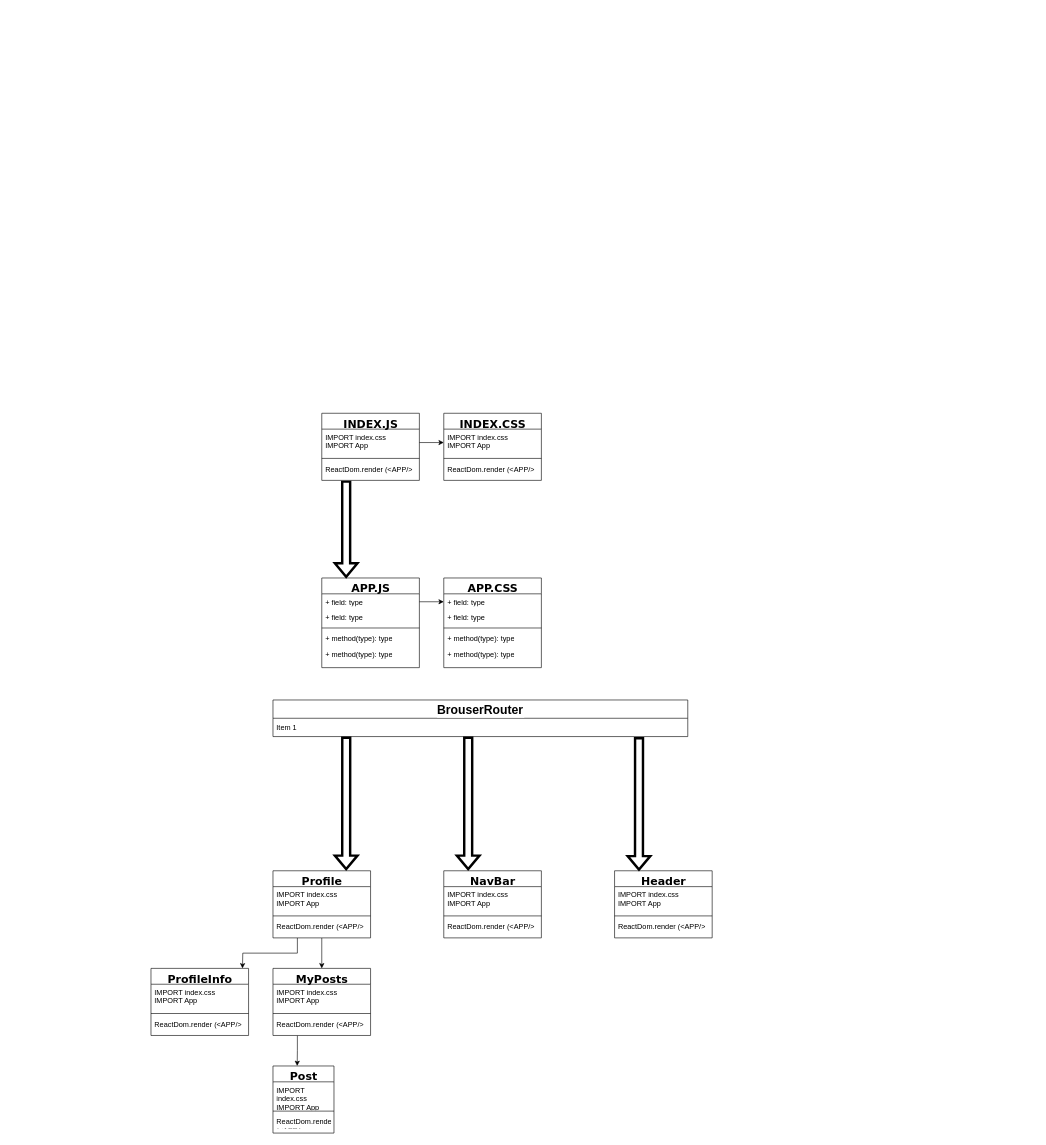
89224747505/diagrams keeps this draw.io diagram as Social network.drawio. Above is the earlier version. Source tidied: cells renumbered, new cells numbered last; positions are measured from the earlier drawing's top-left corner, leaving out a move shared by most shapes. Both pictures are drawn from the tidied source at 61%, with x=0, y=0 at pixel (151, 413).
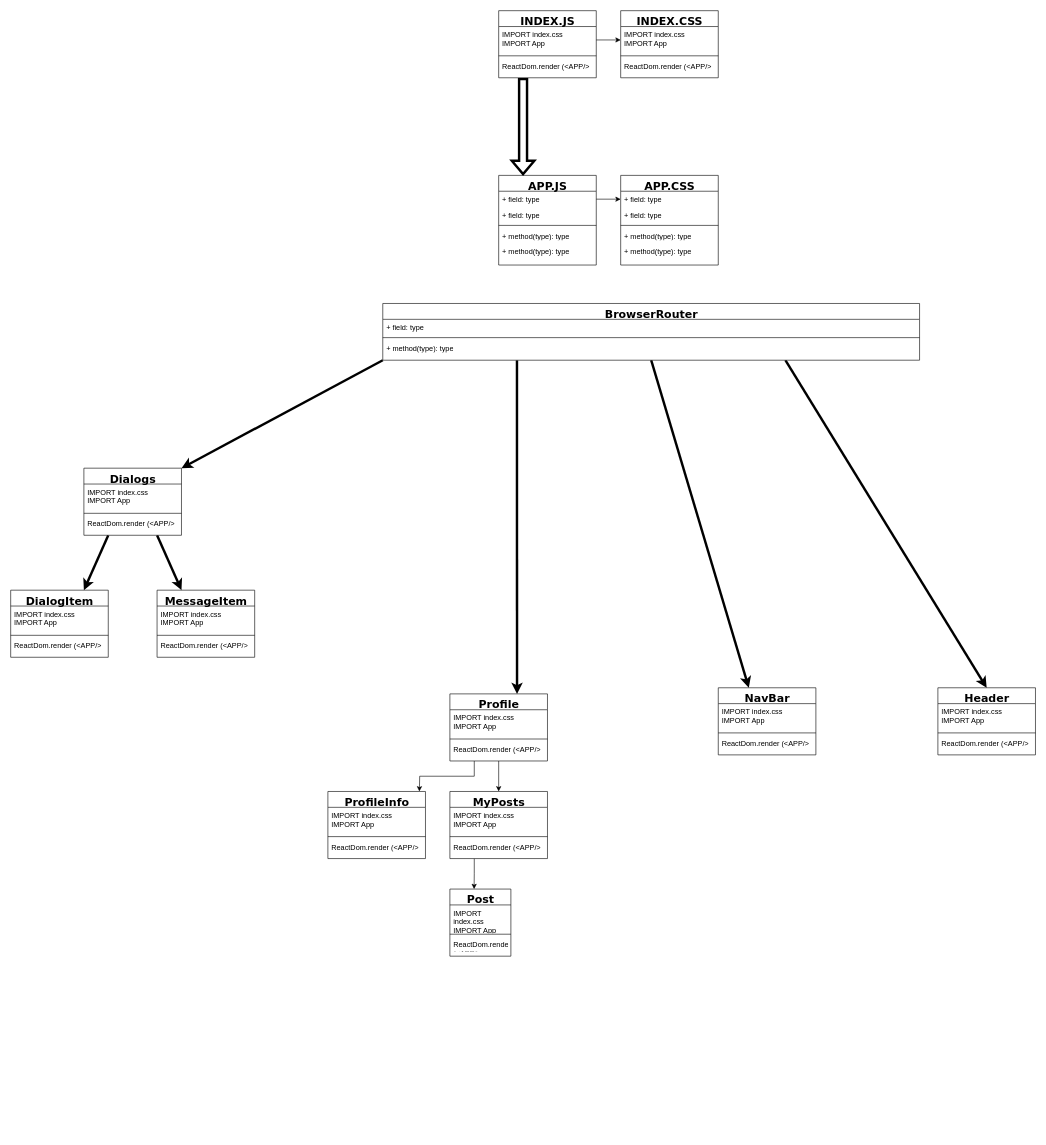
The same diagram, later.

The edit, as a diff of the source:
```diff
@@
     <mxCell id="2" value="APP.JS" style="swimlane;html=1;fontStyle=1;align=center;verticalAlign=top;horizontal=1;startSize=26;swimlaneFillColor=#ffffff;rounded=0;shadow=0;comic=0;labelBackgroundColor=none;strokeWidth=1;fillColor=none;fontFamily=Verdana;fontSize=18;" parent="1" vertex="1">
-      <mxGeometry x="280" y="270" width="160" height="147" as="geometry" />
+      <mxGeometry x="570" y="-390" width="160" height="147" as="geometry" />
     </mxCell>
@@
     <mxCell id="9" value="&lt;font style=&quot;font-size: 18px&quot;&gt;INDEX.JS&lt;/font&gt;" style="swimlane;html=1;fontStyle=1;align=center;verticalAlign=top;horizontal=1;startSize=26;swimlaneFillColor=#ffffff;rounded=0;shadow=0;comic=0;labelBackgroundColor=none;strokeWidth=1;fillColor=none;fontFamily=Verdana;fontSize=12;" parent="1" vertex="1">
-      <mxGeometry x="280" width="160" height="110" as="geometry" />
+      <mxGeometry x="570" y="-660" width="160" height="110" as="geometry" />
     </mxCell>
@@
     <mxCell id="13" value="&lt;font style=&quot;font-size: 18px&quot;&gt;APP.CSS&lt;/font&gt;" style="swimlane;html=1;fontStyle=1;align=center;verticalAlign=top;horizontal=1;startSize=26;swimlaneFillColor=#ffffff;rounded=0;shadow=0;comic=0;labelBackgroundColor=none;strokeWidth=1;fillColor=none;fontFamily=Verdana;fontSize=12;" parent="1" vertex="1">
-      <mxGeometry x="480" y="270" width="160" height="147" as="geometry" />
+      <mxGeometry x="770" y="-390" width="160" height="147" as="geometry" />
     </mxCell>
@@
     <mxCell id="20" value="&lt;font style=&quot;font-size: 18px&quot;&gt;INDEX.CSS&lt;/font&gt;" style="swimlane;html=1;fontStyle=1;align=center;verticalAlign=top;horizontal=1;startSize=26;swimlaneFillColor=#ffffff;rounded=0;shadow=0;comic=0;labelBackgroundColor=none;strokeWidth=1;fillColor=none;fontFamily=Verdana;fontSize=12;" parent="1" vertex="1">
-      <mxGeometry x="480" width="160" height="110" as="geometry" />
+      <mxGeometry x="770" y="-660" width="160" height="110" as="geometry" />
     </mxCell>
@@
-    <mxCell id="25" value="BrouserRouter" style="swimlane;fontStyle=1;horizontal=1;startSize=30;fontSize=20;labelBackgroundColor=default;" parent="1" vertex="1">
-      <mxGeometry x="200" y="470" width="680" height="60" as="geometry" />
-    </mxCell>
-    <mxCell id="26" value="Item 1" style="text;strokeColor=none;fillColor=none;align=left;verticalAlign=middle;spacingLeft=4;spacingRight=4;overflow=hidden;labelBackgroundColor=default;" parent="25" vertex="1">
-      <mxGeometry y="30" width="680" height="30" as="geometry" />
-    </mxCell>
@@
     <mxCell id="28" style="edgeStyle=orthogonalEdgeStyle;rounded=0;jettySize=auto;html=1;exitX=0.25;exitY=1;exitDx=0;exitDy=0;fontSize=18;" parent="1" edge="1" source="29">
       <mxGeometry relative="1" as="geometry">
-        <mxPoint x="150" y="910" as="targetPoint" />
+        <mxPoint x="440" y="620" as="targetPoint" />
       </mxGeometry>
     </mxCell>
     <mxCell id="29" value="&lt;span style=&quot;font-size: 18px&quot;&gt;Profile&lt;/span&gt;" style="swimlane;html=1;fontStyle=1;align=center;verticalAlign=top;horizontal=1;startSize=26;swimlaneFillColor=#ffffff;rounded=0;shadow=0;comic=0;labelBackgroundColor=none;strokeWidth=1;fillColor=none;fontFamily=Verdana;fontSize=12;" parent="1" vertex="1">
-      <mxGeometry x="200" y="750" width="160" height="110" as="geometry" />
+      <mxGeometry x="490" y="460" width="160" height="110" as="geometry" />
     </mxCell>
@@
     <mxCell id="33" value="&lt;font style=&quot;font-size: 18px&quot;&gt;NavBar&lt;/font&gt;" style="swimlane;html=1;fontStyle=1;align=center;verticalAlign=top;horizontal=1;startSize=26;swimlaneFillColor=#ffffff;rounded=0;shadow=0;comic=0;labelBackgroundColor=none;strokeWidth=1;fillColor=none;fontFamily=Verdana;fontSize=12;" parent="1" vertex="1">
-      <mxGeometry x="480" y="750" width="160" height="110" as="geometry" />
+      <mxGeometry x="930" y="450" width="160" height="110" as="geometry" />
     </mxCell>
@@
     <mxCell id="37" value="&lt;font style=&quot;font-size: 18px&quot;&gt;Header&lt;/font&gt;" style="swimlane;html=1;fontStyle=1;align=center;verticalAlign=top;horizontal=1;startSize=26;swimlaneFillColor=#ffffff;rounded=0;shadow=0;comic=0;labelBackgroundColor=none;strokeWidth=1;fillColor=none;fontFamily=Verdana;fontSize=12;" parent="1" vertex="1">
-      <mxGeometry x="760" y="750" width="160" height="110" as="geometry" />
+      <mxGeometry x="1290" y="450" width="160" height="110" as="geometry" />
     </mxCell>
@@
     <mxCell id="41" value="&lt;span style=&quot;font-size: 18px&quot;&gt;ProfileInfo&lt;/span&gt;" style="swimlane;html=1;fontStyle=1;align=center;verticalAlign=top;horizontal=1;startSize=26;swimlaneFillColor=#ffffff;rounded=0;shadow=0;comic=0;labelBackgroundColor=none;strokeWidth=1;fillColor=none;fontFamily=Verdana;fontSize=12;" parent="1" vertex="1">
-      <mxGeometry y="910" width="160" height="110" as="geometry" />
+      <mxGeometry x="290" y="620" width="160" height="110" as="geometry" />
     </mxCell>
@@
     <mxCell id="46" value="&lt;span style=&quot;font-size: 18px&quot;&gt;MyPosts&lt;/span&gt;" style="swimlane;html=1;fontStyle=1;align=center;verticalAlign=top;horizontal=1;startSize=26;swimlaneFillColor=#ffffff;rounded=0;shadow=0;comic=0;labelBackgroundColor=none;strokeWidth=1;fillColor=none;fontFamily=Verdana;fontSize=12;" parent="1" vertex="1">
-      <mxGeometry x="200" y="910" width="160" height="110" as="geometry" />
+      <mxGeometry x="490" y="620" width="160" height="110" as="geometry" />
     </mxCell>
@@
     <mxCell id="50" value="&lt;font style=&quot;font-size: 18px&quot;&gt;Post&lt;/font&gt;" style="swimlane;html=1;fontStyle=1;align=center;verticalAlign=top;horizontal=1;startSize=26;swimlaneFillColor=#ffffff;rounded=0;shadow=0;comic=0;labelBackgroundColor=none;strokeWidth=1;fillColor=none;fontFamily=Verdana;fontSize=12;" parent="1" vertex="1">
-      <mxGeometry x="200" y="1070" width="100" height="110" as="geometry" />
+      <mxGeometry x="490" y="780" width="100" height="110" as="geometry" />
     </mxCell>
@@
-    <mxCell id="54" style="edgeStyle=none;rounded=0;orthogonalLoop=1;jettySize=auto;html=1;exitX=0.25;exitY=1;exitDx=0;exitDy=0;entryX=0.812;entryY=-0.007;entryDx=0;entryDy=0;entryPerimeter=0;fontSize=18;shape=flexArrow;strokeWidth=4;" parent="1" edge="1">
-      <mxGeometry relative="1" as="geometry">
-        <mxPoint x="520.1" y="530" as="sourcePoint" />
-        <mxPoint x="520" y="749.2" as="targetPoint" />
-      </mxGeometry>
-    </mxCell>
-    <mxCell id="55" style="edgeStyle=none;rounded=0;orthogonalLoop=1;jettySize=auto;html=1;exitX=0.25;exitY=1;exitDx=0;exitDy=0;entryX=0.812;entryY=-0.007;entryDx=0;entryDy=0;entryPerimeter=0;fontSize=18;shape=flexArrow;strokeWidth=4;" parent="1" edge="1">
-      <mxGeometry relative="1" as="geometry">
-        <mxPoint x="800.1" y="530.8" as="sourcePoint" />
-        <mxPoint x="800" y="750" as="targetPoint" />
-      </mxGeometry>
-    </mxCell>
-    <mxCell id="56" style="edgeStyle=none;rounded=0;orthogonalLoop=1;jettySize=auto;html=1;exitX=0.25;exitY=1;exitDx=0;exitDy=0;entryX=0.812;entryY=-0.007;entryDx=0;entryDy=0;entryPerimeter=0;fontSize=18;shape=flexArrow;strokeWidth=4;" parent="1" edge="1">
-      <mxGeometry relative="1" as="geometry">
-        <mxPoint x="320.1" y="530" as="sourcePoint" />
-        <mxPoint x="320" y="749.2" as="targetPoint" />
-      </mxGeometry>
-    </mxCell>
+    <mxCell id="57" style="edgeStyle=none;rounded=0;jettySize=auto;html=1;exitX=0.25;exitY=1;exitDx=0;exitDy=0;entryX=0.75;entryY=0;entryDx=0;entryDy=0;fontSize=18;strokeWidth=4;" parent="1" edge="1" source="59" target="76">
+      <mxGeometry relative="1" as="geometry" />
+    </mxCell>
+    <mxCell id="58" style="edgeStyle=none;rounded=0;jettySize=auto;html=1;exitX=0.75;exitY=1;exitDx=0;exitDy=0;entryX=0.25;entryY=0;entryDx=0;entryDy=0;fontSize=18;strokeWidth=4;" parent="1" edge="1" source="59" target="72">
+      <mxGeometry relative="1" as="geometry" />
+    </mxCell>
+    <mxCell id="59" value="&lt;span style=&quot;font-size: 18px&quot;&gt;Dialogs&lt;/span&gt;" style="swimlane;html=1;fontStyle=1;align=center;verticalAlign=top;horizontal=1;startSize=26;swimlaneFillColor=#ffffff;rounded=0;shadow=0;comic=0;labelBackgroundColor=none;strokeWidth=1;fillColor=none;fontFamily=Verdana;fontSize=12;" parent="1" vertex="1">
+      <mxGeometry x="-110" y="90" width="160" height="110" as="geometry" />
+    </mxCell>
+    <mxCell id="60" value="IMPORT index.css&lt;br&gt;IMPORT App" style="text;html=1;strokeColor=none;fillColor=none;align=left;verticalAlign=top;spacingLeft=4;spacingRight=4;whiteSpace=wrap;overflow=hidden;" parent="59" vertex="1">
+      <mxGeometry y="26" width="160" height="44" as="geometry" />
+    </mxCell>
+    <mxCell id="61" style="line;html=1;strokeWidth=1;fillColor=none;align=left;verticalAlign=middle;spacingTop=-1;spacingLeft=3;spacingRight=3;labelPosition=right;" parent="59" vertex="1">
+      <mxGeometry y="70" width="160" height="8" as="geometry" />
+    </mxCell>
+    <mxCell id="62" value="ReactDom.render (&amp;lt;APP/&amp;gt;" style="text;html=1;strokeColor=none;fillColor=none;align=left;verticalAlign=top;spacingLeft=4;spacingRight=4;whiteSpace=wrap;overflow=hidden;" parent="59" vertex="1">
+      <mxGeometry y="78" width="160" height="22" as="geometry" />
+    </mxCell>
+    <mxCell id="63" style="edgeStyle=none;rounded=0;jettySize=auto;html=1;exitX=0.75;exitY=1;exitDx=0;exitDy=0;entryX=0.5;entryY=0;entryDx=0;entryDy=0;fontSize=18;strokeWidth=4;" parent="1" edge="1" source="67" target="37">
+      <mxGeometry relative="1" as="geometry" />
+    </mxCell>
+    <mxCell id="64" style="edgeStyle=none;rounded=0;jettySize=auto;html=1;exitX=0.5;exitY=1;exitDx=0;exitDy=0;entryX=0.313;entryY=0;entryDx=0;entryDy=0;entryPerimeter=0;fontSize=18;strokeWidth=4;" parent="1" edge="1" source="67" target="33">
+      <mxGeometry relative="1" as="geometry" />
+    </mxCell>
+    <mxCell id="65" style="edgeStyle=none;rounded=0;jettySize=auto;html=1;exitX=0.25;exitY=1;exitDx=0;exitDy=0;entryX=0.688;entryY=0.002;entryDx=0;entryDy=0;entryPerimeter=0;fontSize=18;strokeWidth=4;" parent="1" edge="1" source="67" target="29">
+      <mxGeometry relative="1" as="geometry" />
+    </mxCell>
+    <mxCell id="66" style="edgeStyle=none;rounded=0;jettySize=auto;html=1;exitX=0;exitY=1;exitDx=0;exitDy=0;entryX=1;entryY=0;entryDx=0;entryDy=0;fontSize=18;strokeWidth=4;" parent="1" edge="1" source="67" target="59">
+      <mxGeometry relative="1" as="geometry" />
+    </mxCell>
+    <mxCell id="67" value="BrowserRouter" style="swimlane;html=1;fontStyle=1;align=center;verticalAlign=top;horizontal=1;startSize=26;swimlaneFillColor=#ffffff;rounded=0;shadow=0;comic=0;labelBackgroundColor=none;strokeWidth=1;fillColor=none;fontFamily=Verdana;fontSize=18;" parent="1" vertex="1">
+      <mxGeometry x="380" y="-180" width="880" height="93" as="geometry" />
+    </mxCell>
+    <mxCell id="68" value="+ field: type" style="text;html=1;strokeColor=none;fillColor=none;align=left;verticalAlign=top;spacingLeft=4;spacingRight=4;whiteSpace=wrap;overflow=hidden;" parent="67" vertex="1">
+      <mxGeometry y="26" width="880" height="26" as="geometry" />
+    </mxCell>
+    <mxCell id="69" style="line;html=1;strokeWidth=1;fillColor=none;align=left;verticalAlign=middle;spacingTop=-1;spacingLeft=3;spacingRight=3;labelPosition=right;" parent="67" vertex="1">
+      <mxGeometry y="52" width="880" height="8" as="geometry" />
+    </mxCell>
+    <mxCell id="70" value="+ method(type): type" style="text;html=1;strokeColor=none;fillColor=none;align=left;verticalAlign=top;spacingLeft=4;spacingRight=4;whiteSpace=wrap;overflow=hidden;" parent="67" vertex="1">
+      <mxGeometry y="60" width="880" height="26" as="geometry" />
+    </mxCell>
+    <mxCell id="71" style="edgeStyle=none;rounded=0;orthogonalLoop=1;jettySize=auto;html=1;entryX=0.5;entryY=1;entryDx=0;entryDy=0;fontSize=18;strokeWidth=4;" parent="1" edge="1" source="67" target="67">
+      <mxGeometry relative="1" as="geometry" />
+    </mxCell>
+    <mxCell id="72" value="&lt;span style=&quot;font-size: 18px&quot;&gt;MessageItem&lt;/span&gt;" style="swimlane;html=1;fontStyle=1;align=center;verticalAlign=top;horizontal=1;startSize=26;swimlaneFillColor=#ffffff;rounded=0;shadow=0;comic=0;labelBackgroundColor=none;strokeWidth=1;fillColor=none;fontFamily=Verdana;fontSize=12;" parent="1" vertex="1">
+      <mxGeometry x="10" y="290" width="160" height="110" as="geometry" />
+    </mxCell>
+    <mxCell id="73" value="IMPORT index.css&lt;br&gt;IMPORT App" style="text;html=1;strokeColor=none;fillColor=none;align=left;verticalAlign=top;spacingLeft=4;spacingRight=4;whiteSpace=wrap;overflow=hidden;" parent="72" vertex="1">
+      <mxGeometry y="26" width="160" height="44" as="geometry" />
+    </mxCell>
+    <mxCell id="74" style="line;html=1;strokeWidth=1;fillColor=none;align=left;verticalAlign=middle;spacingTop=-1;spacingLeft=3;spacingRight=3;labelPosition=right;" parent="72" vertex="1">
+      <mxGeometry y="70" width="160" height="8" as="geometry" />
+    </mxCell>
+    <mxCell id="75" value="ReactDom.render (&amp;lt;APP/&amp;gt;" style="text;html=1;strokeColor=none;fillColor=none;align=left;verticalAlign=top;spacingLeft=4;spacingRight=4;whiteSpace=wrap;overflow=hidden;" parent="72" vertex="1">
+      <mxGeometry y="78" width="160" height="22" as="geometry" />
+    </mxCell>
+    <mxCell id="76" value="&lt;span style=&quot;font-size: 18px&quot;&gt;DialogItem&lt;/span&gt;" style="swimlane;html=1;fontStyle=1;align=center;verticalAlign=top;horizontal=1;startSize=26;swimlaneFillColor=#ffffff;rounded=0;shadow=0;comic=0;labelBackgroundColor=none;strokeWidth=1;fillColor=none;fontFamily=Verdana;fontSize=12;" parent="1" vertex="1">
+      <mxGeometry x="-230" y="290" width="160" height="110" as="geometry" />
+    </mxCell>
+    <mxCell id="77" value="IMPORT index.css&lt;br&gt;IMPORT App" style="text;html=1;strokeColor=none;fillColor=none;align=left;verticalAlign=top;spacingLeft=4;spacingRight=4;whiteSpace=wrap;overflow=hidden;" parent="76" vertex="1">
+      <mxGeometry y="26" width="160" height="44" as="geometry" />
+    </mxCell>
+    <mxCell id="78" style="line;html=1;strokeWidth=1;fillColor=none;align=left;verticalAlign=middle;spacingTop=-1;spacingLeft=3;spacingRight=3;labelPosition=right;" parent="76" vertex="1">
+      <mxGeometry y="70" width="160" height="8" as="geometry" />
+    </mxCell>
+    <mxCell id="79" value="ReactDom.render (&amp;lt;APP/&amp;gt;" style="text;html=1;strokeColor=none;fillColor=none;align=left;verticalAlign=top;spacingLeft=4;spacingRight=4;whiteSpace=wrap;overflow=hidden;" parent="76" vertex="1">
+      <mxGeometry y="78" width="160" height="22" as="geometry" />
+    </mxCell>
```
